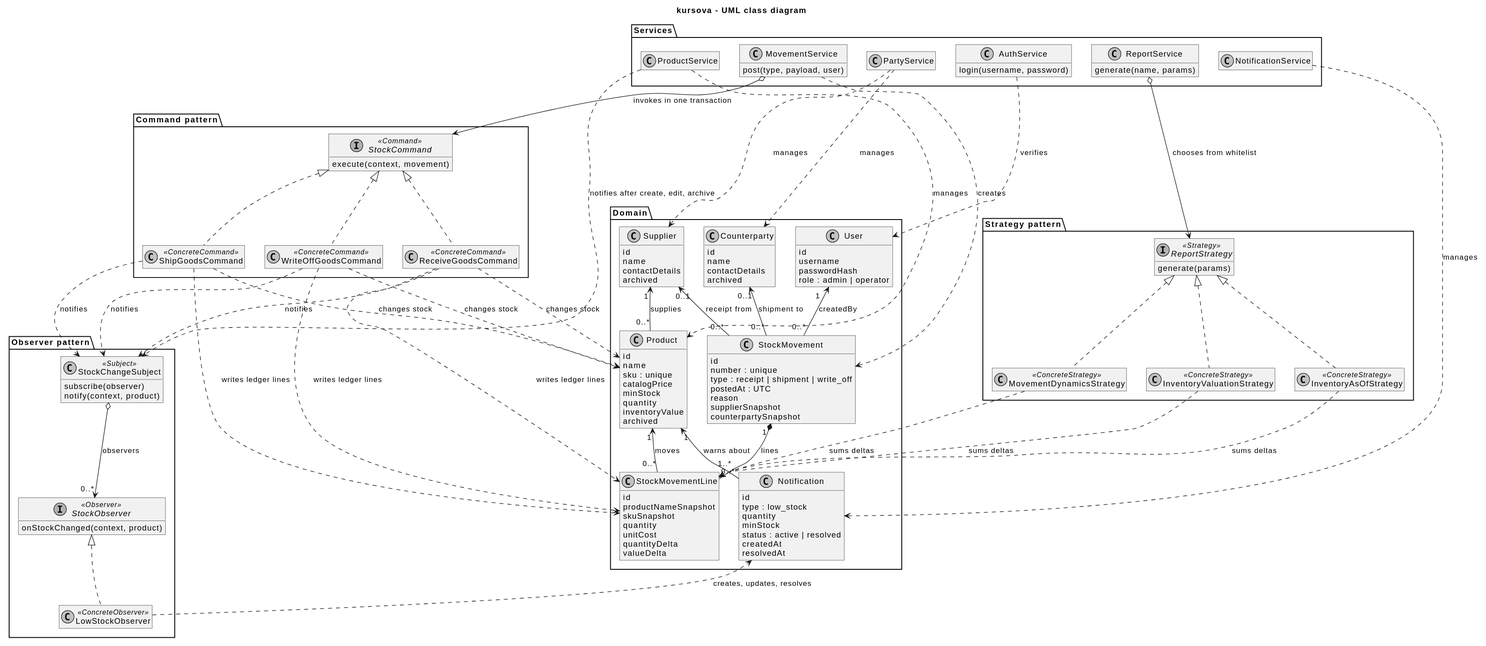
Above: docs/diagrams/class-diagram.svg in iboiko-ir/kursova-var2 (PlantUML), before the change.
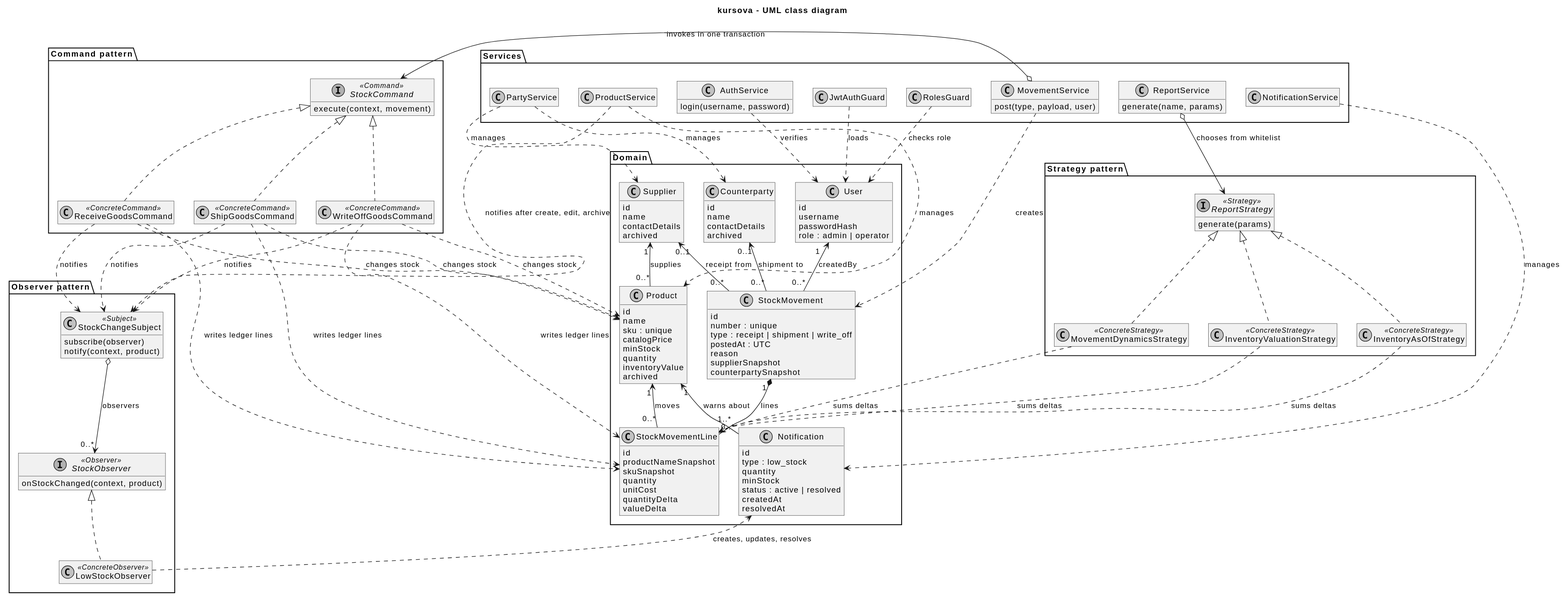
The same file after the commit.

Commit message:
docs: document demo accounts and tests, update class diagram

The edit, as a diff of the source:
```diff
@@ -82,6 +82,8 @@
   class AuthService {
     login(username, password)
   }
+  class JwtAuthGuard
+  class RolesGuard
   class ProductService
   class PartyService
   class MovementService {
@@ -99,6 +101,8 @@
 PartyService ..> Counterparty : manages
 NotificationService ..> Notification : manages
 AuthService ..> User : verifies
+JwtAuthGuard ..> User : loads
+RolesGuard ..> User : checks role
 
 package "Command pattern" {
   interface StockCommand <<Command>> {
```
